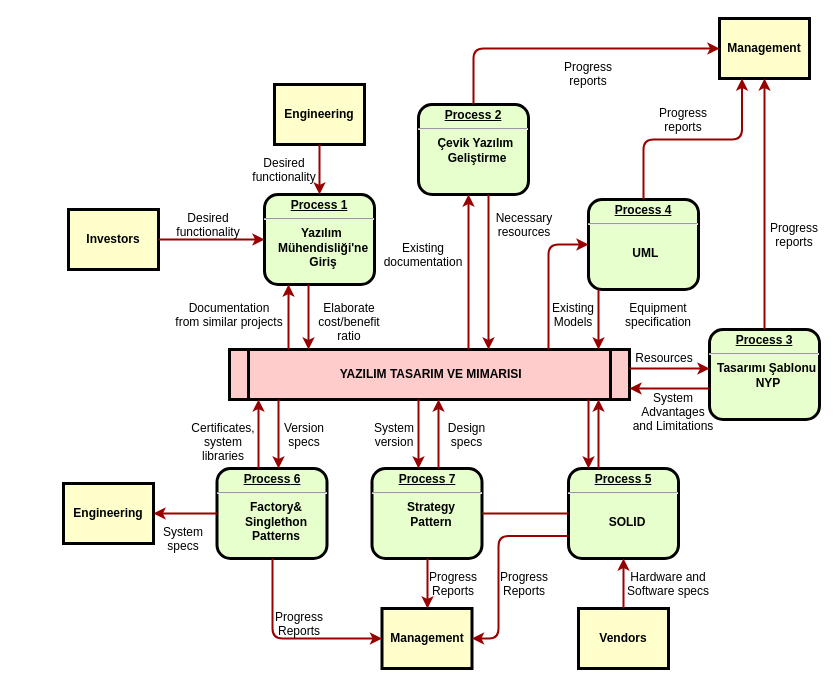
The draw.io diagram Untitled Diagram.drawio in halkhattab63/test1-c, before the edit. Source tidied: cells renumbered, new cells numbered last; positions are measured from the earlier drawing's top-left corner, leaving out a move shared by most shapes. Both pictures are drawn from the tidied source at 100%, with x=0, y=0 at pixel (63, 18).
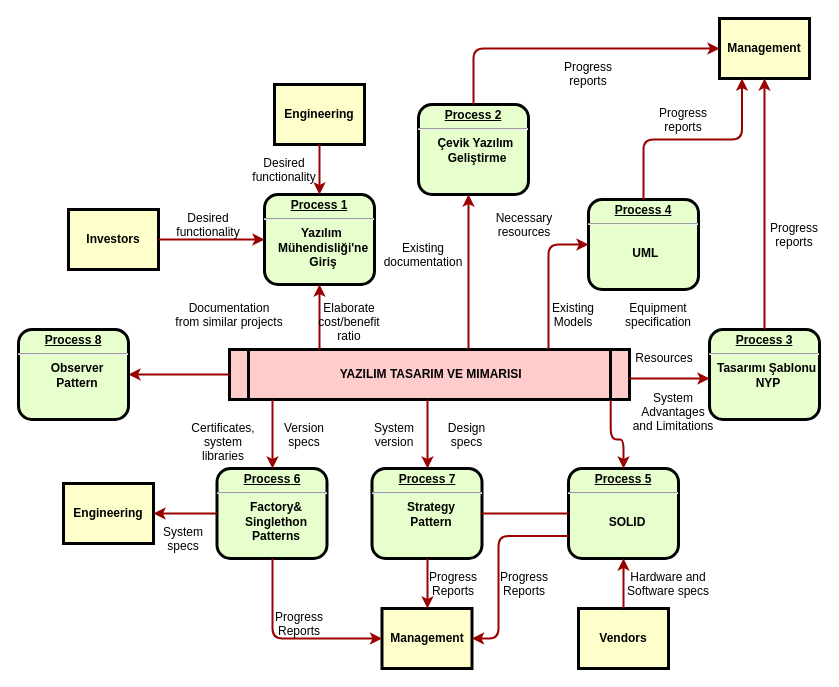
The same diagram, later.

The change refers to these unchanged cells:
```xml
<mxCell id="2" value="&lt;p style=&quot;margin: 0px; margin-top: 4px; text-align: center; text-decoration: underline;&quot;&gt;&lt;strong&gt;Process 1&lt;br&gt;&lt;/strong&gt;&lt;/p&gt;&lt;hr&gt;&lt;p style=&quot;margin: 0px; margin-left: 8px;&quot;&gt;Yazılım&amp;nbsp;&lt;/p&gt;&lt;p style=&quot;margin: 0px; margin-left: 8px;&quot;&gt;Mühendisliği'ne&lt;/p&gt;&lt;p style=&quot;margin: 0px; margin-left: 8px;&quot;&gt;Giriş&lt;/p&gt;" style="verticalAlign=middle;align=center;overflow=fill;fontSize=12;fontFamily=Helvetica;html=1;rounded=1;fontStyle=1;strokeWidth=3;fillColor=#E6FFCC;" parent="1" vertex="1">
  <mxGeometry x="201" y="176" width="110" height="90" as="geometry" />
</mxCell>
<mxCell id="5" value=" YAZILIM TASARIM VE MIMARISI" style="shape=process;whiteSpace=wrap;align=center;verticalAlign=middle;size=0.0475;fontStyle=1;strokeWidth=3;fillColor=#FFCCCC;" parent="1" vertex="1">
  <mxGeometry x="166" y="331" width="400" height="50" as="geometry" />
</mxCell>
<mxCell id="6" value="&lt;p style=&quot;margin: 0px; margin-top: 4px; text-align: center; text-decoration: underline;&quot;&gt;&lt;strong&gt;Process 2&lt;br&gt;&lt;/strong&gt;&lt;/p&gt;&lt;hr&gt;&lt;p style=&quot;margin: 0px; margin-left: 8px;&quot;&gt;Çevik Yazılım&amp;nbsp;&lt;/p&gt;&lt;p style=&quot;margin: 0px; margin-left: 8px;&quot;&gt;Geliştirme&lt;/p&gt;" style="verticalAlign=middle;align=center;overflow=fill;fontSize=12;fontFamily=Helvetica;html=1;rounded=1;fontStyle=1;strokeWidth=3;fillColor=#E6FFCC;" parent="1" vertex="1">
  <mxGeometry x="355" y="86" width="110" height="90" as="geometry" />
</mxCell>
<mxCell id="7" value="&lt;p style=&quot;margin: 0px; margin-top: 4px; text-align: center; text-decoration: underline;&quot;&gt;&lt;strong&gt;&lt;strong&gt;Process&lt;/strong&gt; 3&lt;br&gt;&lt;/strong&gt;&lt;/p&gt;&lt;hr&gt;&lt;p style=&quot;margin: 0px; margin-left: 8px;&quot;&gt;Tasarımı Şablonu&amp;nbsp;&amp;nbsp;&lt;/p&gt;&lt;p style=&quot;margin: 0px; margin-left: 8px;&quot;&gt;NYP&lt;/p&gt;" style="verticalAlign=middle;align=center;overflow=fill;fontSize=12;fontFamily=Helvetica;html=1;rounded=1;fontStyle=1;strokeWidth=3;fillColor=#E6FFCC;" parent="1" vertex="1">
  <mxGeometry x="646" y="311" width="110" height="90" as="geometry" />
</mxCell>
<mxCell id="8" value="&lt;p style=&quot;margin: 0px; margin-top: 4px; text-align: center; text-decoration: underline;&quot;&gt;&lt;strong&gt;&lt;strong&gt;Process&lt;/strong&gt; 4&lt;br&gt;&lt;/strong&gt;&lt;/p&gt;&lt;hr&gt;&lt;p style=&quot;margin: 0px; margin-left: 8px;&quot;&gt;&lt;br&gt;&lt;/p&gt;&lt;p style=&quot;margin: 0px; margin-left: 8px;&quot;&gt;UML&amp;nbsp;&lt;/p&gt;&lt;p style=&quot;margin: 0px; margin-left: 8px;&quot;&gt;&lt;br&gt;&lt;/p&gt;" style="verticalAlign=middle;align=center;overflow=fill;fontSize=12;fontFamily=Helvetica;html=1;rounded=1;fontStyle=1;strokeWidth=3;fillColor=#E6FFCC;" parent="1" vertex="1">
  <mxGeometry x="525" y="181" width="110" height="90" as="geometry" />
</mxCell>
<mxCell id="9" value="&lt;p style=&quot;margin: 0px; margin-top: 4px; text-align: center; text-decoration: underline;&quot;&gt;&lt;strong&gt;&lt;strong&gt;Process&lt;/strong&gt; 5&lt;br&gt;&lt;/strong&gt;&lt;/p&gt;&lt;hr&gt;&lt;p style=&quot;margin: 0px; margin-left: 8px;&quot;&gt;&lt;br&gt;&lt;/p&gt;&lt;p style=&quot;margin: 0px; margin-left: 8px;&quot;&gt;SOLID&lt;/p&gt;" style="verticalAlign=middle;align=center;overflow=fill;fontSize=12;fontFamily=Helvetica;html=1;rounded=1;fontStyle=1;strokeWidth=3;fillColor=#E6FFCC;" parent="1" vertex="1">
  <mxGeometry x="505" y="450" width="110" height="90" as="geometry" />
</mxCell>
<mxCell id="10" value="&lt;p style=&quot;margin: 0px; margin-top: 4px; text-align: center; text-decoration: underline;&quot;&gt;&lt;strong&gt;&lt;strong&gt;Process&lt;/strong&gt; 6&lt;br&gt;&lt;/strong&gt;&lt;/p&gt;&lt;hr&gt;&lt;p style=&quot;margin: 0px; margin-left: 8px;&quot;&gt;Factory&amp;amp;&lt;/p&gt;&lt;p style=&quot;margin: 0px; margin-left: 8px;&quot;&gt;Singlethon&lt;/p&gt;&lt;p style=&quot;margin: 0px; margin-left: 8px;&quot;&gt;Patterns&lt;/p&gt;" style="verticalAlign=middle;align=center;overflow=fill;fontSize=12;fontFamily=Helvetica;html=1;rounded=1;fontStyle=1;strokeWidth=3;fillColor=#E6FFCC;" parent="1" vertex="1">
  <mxGeometry x="153.5" y="450" width="110" height="90" as="geometry" />
</mxCell>
<mxCell id="17" value="&lt;p style=&quot;margin: 0px; margin-top: 4px; text-align: center; text-decoration: underline;&quot;&gt;&lt;strong&gt;&lt;strong&gt;Process&lt;/strong&gt; 7&lt;br&gt;&lt;/strong&gt;&lt;/p&gt;&lt;hr&gt;&lt;p style=&quot;margin: 0px; margin-left: 8px;&quot;&gt;Strategy&lt;/p&gt;&lt;p style=&quot;margin: 0px; margin-left: 8px;&quot;&gt;Pattern&lt;/p&gt;" style="verticalAlign=middle;align=center;overflow=fill;fontSize=12;fontFamily=Helvetica;html=1;rounded=1;fontStyle=1;strokeWidth=3;fillColor=#E6FFCC;" parent="1" vertex="1">
  <mxGeometry x="308.5" y="450" width="110" height="90" as="geometry" />
</mxCell>
```

Change to the diagram source:
```diff
@@
-    <mxCell id="22" style="edgeStyle=elbowEdgeStyle;elbow=horizontal;strokeColor=#990000;strokeWidth=2;" parent="1" edge="1" source="5" target="2">
+    <mxCell id="22" style="edgeStyle=elbowEdgeStyle;elbow=horizontal;strokeColor=#990000;strokeWidth=2;" parent="1" edge="1">
       <mxGeometry relative="1" as="geometry">
+        <mxPoint x="256" y="331" as="sourcePoint" />
+        <mxPoint x="256" y="266" as="targetPoint" />
         <Array as="points">
-          <mxPoint x="225" y="310" />
+          <mxPoint x="256" y="310" />
         </Array>
       </mxGeometry>
     </mxCell>
-    <mxCell id="23" style="edgeStyle=elbowEdgeStyle;elbow=horizontal;strokeColor=#990000;strokeWidth=2;" parent="1" edge="1" source="2" target="5">
-      <mxGeometry relative="1" as="geometry">
-        <Array as="points">
-          <mxPoint x="245" y="300" />
-        </Array>
-      </mxGeometry>
-    </mxCell>
@@
-    <mxCell id="26" style="edgeStyle=elbowEdgeStyle;elbow=horizontal;strokeColor=#990000;strokeWidth=2;" parent="1" edge="1" source="6" target="5">
-      <mxGeometry relative="1" as="geometry">
-        <Array as="points">
-          <mxPoint x="425" y="260" />
-        </Array>
-      </mxGeometry>
-    </mxCell>
@@
-    <mxCell id="35" style="edgeStyle=elbowEdgeStyle;elbow=horizontal;strokeColor=#990000;strokeWidth=2;" parent="1" edge="1" source="8" target="5">
-      <mxGeometry relative="1" as="geometry">
-        <Array as="points">
-          <mxPoint x="535" y="300" />
-        </Array>
-      </mxGeometry>
-    </mxCell>
@@
     <mxCell id="39" style="edgeStyle=elbowEdgeStyle;elbow=vertical;strokeColor=#990000;strokeWidth=2;" parent="1" edge="1" source="5" target="7">
       <mxGeometry relative="1" as="geometry">
         <Array as="points">
-          <mxPoint x="615" y="350" />
+          <mxPoint x="625" y="360" />
         </Array>
       </mxGeometry>
     </mxCell>
-    <mxCell id="40" style="edgeStyle=elbowEdgeStyle;elbow=vertical;strokeColor=#990000;strokeWidth=2;" parent="1" edge="1" source="7" target="5">
-      <mxGeometry relative="1" as="geometry">
-        <Array as="points">
-          <mxPoint x="615" y="370" />
-        </Array>
-      </mxGeometry>
-    </mxCell>
@@
-    <mxCell id="43" style="edgeStyle=elbowEdgeStyle;elbow=horizontal;strokeColor=#990000;strokeWidth=2;" parent="1" edge="1" source="9" target="5">
-      <mxGeometry relative="1" as="geometry">
-        <Array as="points">
-          <mxPoint x="535" y="410" />
-        </Array>
-      </mxGeometry>
-    </mxCell>
-    <mxCell id="44" style="edgeStyle=elbowEdgeStyle;elbow=horizontal;strokeColor=#990000;strokeWidth=2;" parent="1" edge="1" source="5" target="9">
-      <mxGeometry relative="1" as="geometry">
-        <Array as="points">
-          <mxPoint x="525" y="420" />
-        </Array>
-      </mxGeometry>
-    </mxCell>
@@
     <mxCell id="54" style="edgeStyle=elbowEdgeStyle;elbow=horizontal;strokeColor=#990000;strokeWidth=2;" parent="1" edge="1" source="5" target="17">
-      <mxGeometry relative="1" as="geometry">
-        <Array as="points">
-          <mxPoint x="355" y="410" />
-        </Array>
-      </mxGeometry>
+      <mxGeometry relative="1" as="geometry" />
     </mxCell>
-    <mxCell id="55" style="edgeStyle=elbowEdgeStyle;elbow=horizontal;strokeColor=#990000;strokeWidth=2;" parent="1" edge="1" source="17" target="5">
-      <mxGeometry relative="1" as="geometry">
-        <Array as="points">
-          <mxPoint x="375" y="410" />
-        </Array>
-      </mxGeometry>
-    </mxCell>
@@
     <mxCell id="58" style="edgeStyle=elbowEdgeStyle;elbow=horizontal;strokeColor=#990000;strokeWidth=2;" parent="1" edge="1" source="5" target="10">
       <mxGeometry relative="1" as="geometry">
         <Array as="points">
-          <mxPoint x="215" y="410" />
+          <mxPoint x="209" y="420" />
         </Array>
       </mxGeometry>
     </mxCell>
-    <mxCell id="59" style="edgeStyle=elbowEdgeStyle;elbow=horizontal;strokeColor=#990000;strokeWidth=2;" parent="1" edge="1" source="10" target="5">
-      <mxGeometry relative="1" as="geometry">
-        <Array as="points">
-          <mxPoint x="195" y="410" />
-        </Array>
-      </mxGeometry>
-    </mxCell>
@@
+    <mxCell id="63" style="edgeStyle=elbowEdgeStyle;elbow=horizontal;strokeColor=#990000;strokeWidth=2;exitX=0;exitY=0.5;exitDx=0;exitDy=0;" parent="1" edge="1" source="5">
+      <mxGeometry relative="1" as="geometry">
+        <mxPoint x="65" y="356" as="targetPoint" />
+        <Array as="points">
+          <mxPoint x="95" y="359" />
+        </Array>
+      </mxGeometry>
+    </mxCell>
+    <mxCell id="64" value="&lt;p style=&quot;margin: 0px; margin-top: 4px; text-align: center; text-decoration: underline;&quot;&gt;&lt;strong&gt;Process 8&lt;br&gt;&lt;/strong&gt;&lt;/p&gt;&lt;hr&gt;&lt;p style=&quot;margin: 0px; margin-left: 8px;&quot;&gt;Observer&lt;/p&gt;&lt;p style=&quot;margin: 0px; margin-left: 8px;&quot;&gt;Pattern&lt;/p&gt;" style="verticalAlign=middle;align=center;overflow=fill;fontSize=12;fontFamily=Helvetica;html=1;rounded=1;fontStyle=1;strokeWidth=3;fillColor=#E6FFCC;" parent="1" vertex="1">
+      <mxGeometry x="-45" y="311" width="110" height="90" as="geometry" />
+    </mxCell>
+    <mxCell id="44" style="edgeStyle=elbowEdgeStyle;elbow=vertical;strokeColor=#990000;strokeWidth=2;entryX=0.5;entryY=0;entryDx=0;entryDy=0;exitX=0.953;exitY=1.02;exitDx=0;exitDy=0;exitPerimeter=0;" parent="1" edge="1" source="5" target="9">
+      <mxGeometry relative="1" as="geometry">
+        <Array as="points">
+          <mxPoint x="564" y="421" />
+        </Array>
+      </mxGeometry>
+    </mxCell>
```
